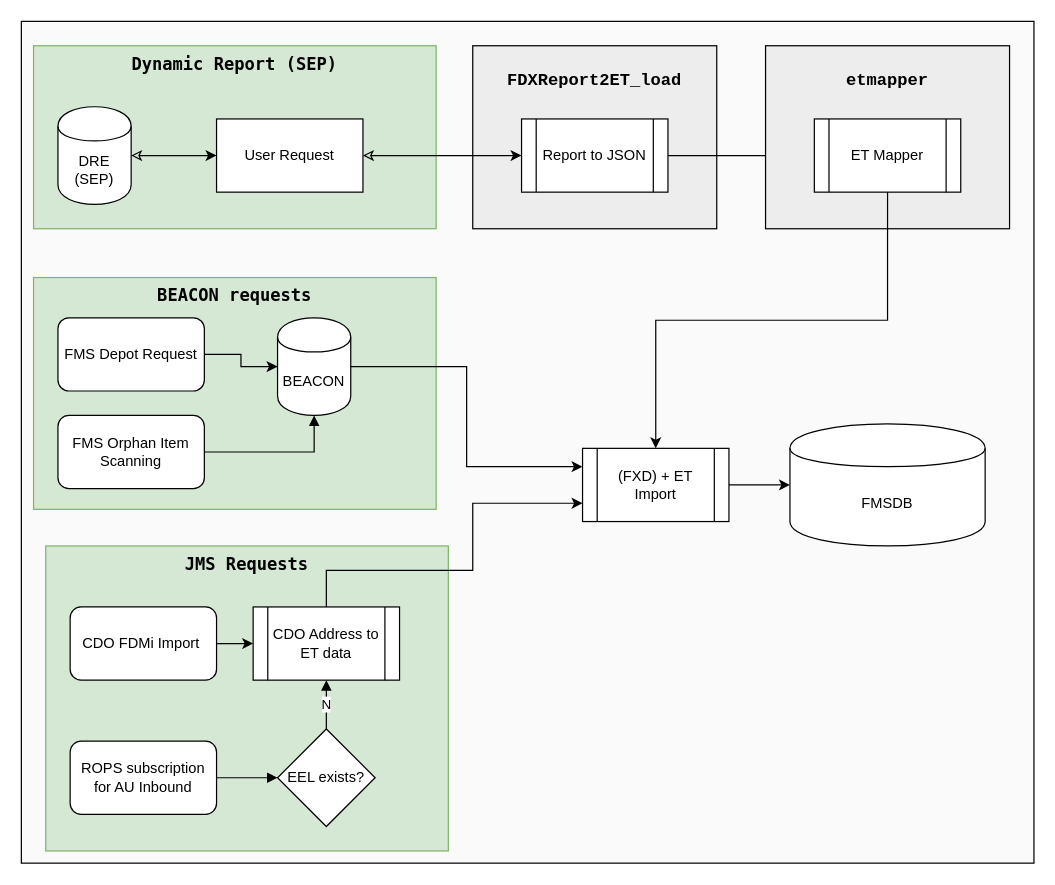
mattybee/WorkPrjs keeps this draw.io diagram as beaconfms.drawio. Above is the earlier version. Source tidied: cells renumbered, new cells numbered last; positions are measured from the earlier drawing's top-left corner, leaving out a move shared by most shapes. Both pictures are drawn from the tidied source at 122%, with x=0, y=0 at pixel (21, 21).
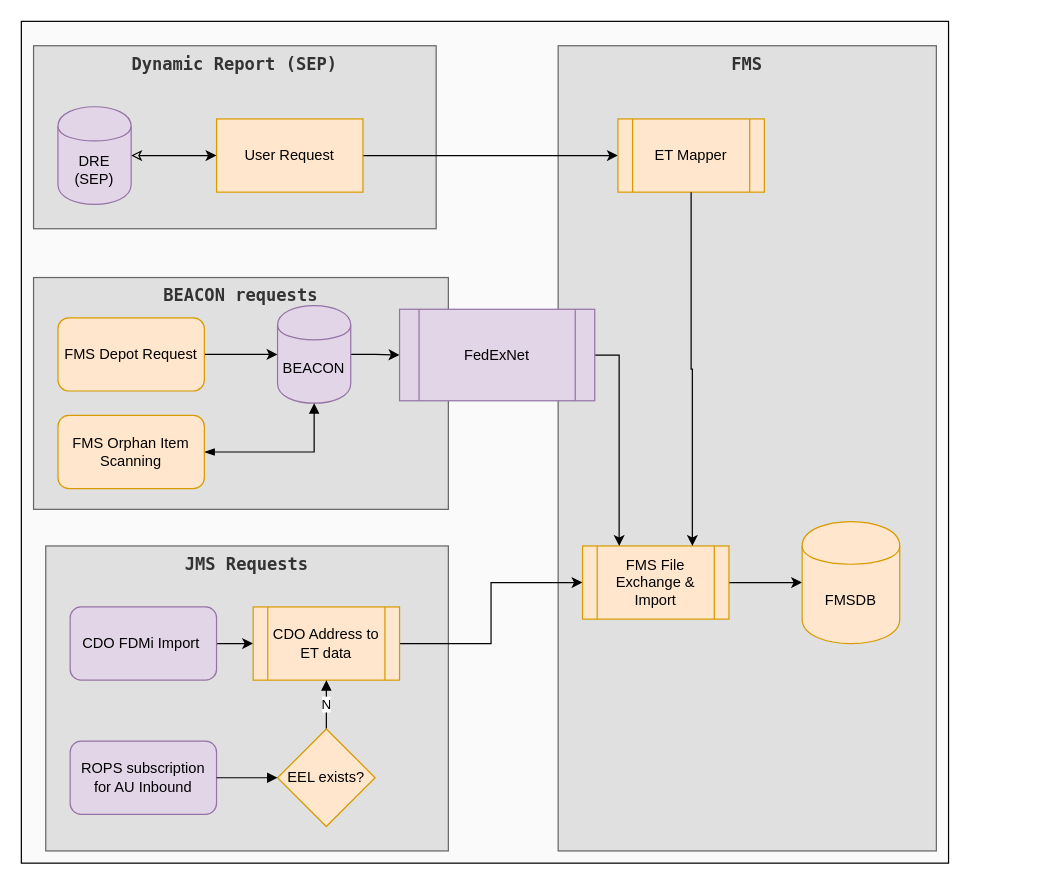
After the change.

Diff of the diagram source:
```diff
@@
     <mxCell id="2" style="rounded=0;whiteSpace=wrap;html=1;fontFamily=Lucida Console;fontSize=14;fillColor=#FAFAFA;" parent="1" vertex="1">
-      <mxGeometry width="830" height="690" as="geometry" />
+      <mxGeometry width="760" height="690" as="geometry" />
     </mxCell>
+    <mxCell id="33" value="FMS" style="rounded=0;whiteSpace=wrap;html=1;fontFamily=Lucida Console;fontSize=14;fontStyle=1;verticalAlign=top;strokeColor=#666666;fontColor=#333333;fillColor=#E0E0E0;" parent="1" vertex="1">
+      <mxGeometry x="440" y="20" width="310" height="660" as="geometry" />
+    </mxCell>
-    <mxCell id="3" value="JMS Requests" style="rounded=0;whiteSpace=wrap;html=1;fillColor=#d5e8d4;fontFamily=Lucida Console;fontSize=14;fontStyle=1;verticalAlign=top;strokeColor=#82b366;" parent="1" vertex="1">
+    <mxCell id="3" value="JMS Requests" style="rounded=0;whiteSpace=wrap;html=1;fontFamily=Lucida Console;fontSize=14;fontStyle=1;verticalAlign=top;strokeColor=#666666;fontColor=#333333;fillColor=#E0E0E0;" parent="1" vertex="1">
       <mxGeometry x="20" y="430" width="330" height="250" as="geometry" />
     </mxCell>
-    <mxCell id="4" value="BEACON requests" style="rounded=0;whiteSpace=wrap;html=1;fillColor=#d5e8d4;fontFamily=Lucida Console;fontSize=14;fontStyle=1;verticalAlign=top;strokeColor=#82b366;" parent="1" vertex="1">
-      <mxGeometry x="10" y="210" width="330" height="190" as="geometry" />
+    <mxCell id="4" value="BEACON requests" style="rounded=0;whiteSpace=wrap;html=1;fontFamily=Lucida Console;fontSize=14;fontStyle=1;verticalAlign=top;strokeColor=#666666;fontColor=#333333;fillColor=#E0E0E0;" parent="1" vertex="1">
+      <mxGeometry x="10" y="210" width="340" height="190" as="geometry" />
     </mxCell>
-    <mxCell id="5" value="Dynamic Report (SEP)" style="rounded=0;whiteSpace=wrap;html=1;fillColor=#d5e8d4;fontSize=14;fontFamily=Lucida Console;verticalAlign=top;fontStyle=1;strokeColor=#82b366;" parent="1" vertex="1">
+    <mxCell id="5" value="Dynamic Report (SEP)" style="rounded=0;whiteSpace=wrap;html=1;fontSize=14;fontFamily=Lucida Console;verticalAlign=top;fontStyle=1;strokeColor=#666666;fontColor=#333333;fillColor=#E0E0E0;" parent="1" vertex="1">
       <mxGeometry x="10" y="20" width="330" height="150" as="geometry" />
     </mxCell>
-    <mxCell id="6" value="&lt;pre style=&quot;font-size: 14px;&quot;&gt;FDXReport2ET_load&lt;/pre&gt;" style="rounded=0;whiteSpace=wrap;html=1;verticalAlign=top;fontStyle=1;fontSize=14;fillColor=#EDEDED;" parent="1" vertex="1">
-      <mxGeometry x="370" y="20" width="200" height="150" as="geometry" />
-    </mxCell>
-    <mxCell id="7" style="edgeStyle=orthogonalEdgeStyle;rounded=0;jettySize=auto;html=1;entryX=0;entryY=0.5;entryDx=0;entryDy=0;startArrow=classic;startFill=0;" parent="1" edge="1" source="8" target="14">
+    <mxCell id="7" style="edgeStyle=orthogonalEdgeStyle;rounded=0;jettySize=auto;html=1;entryX=0;entryY=0.5;entryDx=0;entryDy=0;startArrow=none;startFill=0;" parent="1" edge="1" source="8" target="25">
       <mxGeometry relative="1" as="geometry" />
     </mxCell>
-    <mxCell id="8" value="User Request" style="rounded=0;whiteSpace=wrap;html=1;" parent="1" vertex="1">
+    <mxCell id="8" value="User Request" style="rounded=0;whiteSpace=wrap;html=1;fillColor=#ffe6cc;strokeColor=#d79b00;" parent="1" vertex="1">
       <mxGeometry x="160" y="80" width="120" height="60" as="geometry" />
     </mxCell>
@@
-    <mxCell id="10" value="FMS Depot Request" style="rounded=1;whiteSpace=wrap;html=1;" parent="1" vertex="1">
+    <mxCell id="10" value="FMS Depot Request" style="rounded=1;whiteSpace=wrap;html=1;fillColor=#ffe6cc;strokeColor=#d79b00;" parent="1" vertex="1">
       <mxGeometry x="30" y="243" width="120" height="60" as="geometry" />
     </mxCell>
@@
-    <mxCell id="12" value="CDO FDMi Import&amp;nbsp;" style="rounded=1;whiteSpace=wrap;html=1;" parent="1" vertex="1">
+    <mxCell id="12" value="CDO FDMi Import&amp;nbsp;" style="rounded=1;whiteSpace=wrap;html=1;fillColor=#e1d5e7;strokeColor=#9673a6;" parent="1" vertex="1">
       <mxGeometry x="40" y="480" width="120" height="60" as="geometry" />
     </mxCell>
-    <mxCell id="13" style="edgeStyle=orthogonalEdgeStyle;rounded=0;jettySize=auto;html=1;exitX=1;exitY=0.5;exitDx=0;exitDy=0;entryX=0;entryY=0.5;entryDx=0;entryDy=0;startArrow=none;startFill=0;fontFamily=Lucida Console;fontSize=14;" parent="1" edge="1" source="14" target="25">
-      <mxGeometry relative="1" as="geometry" />
-    </mxCell>
-    <mxCell id="14" value="Report to JSON" style="shape=process;whiteSpace=wrap;html=1;backgroundOutline=1;" parent="1" vertex="1">
-      <mxGeometry x="410" y="80" width="120" height="60" as="geometry" />
-    </mxCell>
@@
-    <mxCell id="16" value="DRE (SEP)" style="shape=cylinder;whiteSpace=wrap;html=1;boundedLbl=1;backgroundOutline=1;" parent="1" vertex="1">
+    <mxCell id="16" value="DRE (SEP)" style="shape=cylinder;whiteSpace=wrap;html=1;boundedLbl=1;backgroundOutline=1;fillColor=#e1d5e7;strokeColor=#9673a6;" parent="1" vertex="1">
       <mxGeometry x="30" y="70" width="60" height="80" as="geometry" />
     </mxCell>
@@
-    <mxCell id="18" style="edgeStyle=orthogonalEdgeStyle;rounded=0;jettySize=auto;html=1;exitX=1;exitY=0.5;exitDx=0;exitDy=0;entryX=0;entryY=0.25;entryDx=0;entryDy=0;startArrow=none;startFill=0;fontFamily=Lucida Console;fontSize=14;" parent="1" edge="1" source="19" target="23">
-      <mxGeometry relative="1" as="geometry" />
-    </mxCell>
+    <mxCell id="34" style="edgeStyle=orthogonalEdgeStyle;rounded=0;jettySize=auto;html=1;exitX=1;exitY=0.5;exitDx=0;exitDy=0;entryX=0;entryY=0.5;entryDx=0;entryDy=0;" parent="1" edge="1" source="19" target="36">
+      <mxGeometry relative="1" as="geometry" />
+    </mxCell>
-    <mxCell id="19" value="BEACON" style="shape=cylinder;whiteSpace=wrap;html=1;boundedLbl=1;backgroundOutline=1;" parent="1" vertex="1">
-      <mxGeometry x="210" y="243" width="60" height="80" as="geometry" />
+    <mxCell id="19" value="BEACON" style="shape=cylinder;whiteSpace=wrap;html=1;boundedLbl=1;backgroundOutline=1;fillColor=#e1d5e7;strokeColor=#9673a6;" parent="1" vertex="1">
+      <mxGeometry x="210" y="233" width="60" height="80" as="geometry" />
     </mxCell>
-    <mxCell id="20" value="FMSDB" style="shape=cylinder;whiteSpace=wrap;html=1;boundedLbl=1;backgroundOutline=1;" parent="1" vertex="1">
-      <mxGeometry x="630" y="330" width="160" height="100" as="geometry" />
+    <mxCell id="20" value="FMSDB" style="shape=cylinder;whiteSpace=wrap;html=1;boundedLbl=1;backgroundOutline=1;fillColor=#ffe6cc;strokeColor=#d79b00;" parent="1" vertex="1">
+      <mxGeometry x="640" y="410" width="80" height="100" as="geometry" />
     </mxCell>
-    <mxCell id="21" style="edgeStyle=orthogonalEdgeStyle;rounded=0;jettySize=auto;html=1;entryX=0;entryY=0.75;entryDx=0;entryDy=0;" parent="1" edge="1" source="22" target="23">
-      <mxGeometry relative="1" as="geometry">
-        <Array as="points">
-          <mxPoint x="370" y="450" />
-          <mxPoint x="370" y="395" />
-        </Array>
-      </mxGeometry>
+    <mxCell id="21" style="edgeStyle=orthogonalEdgeStyle;rounded=0;jettySize=auto;html=1;entryX=0;entryY=0.5;entryDx=0;entryDy=0;" parent="1" edge="1" source="22" target="23">
+      <mxGeometry relative="1" as="geometry" />
     </mxCell>
-    <mxCell id="22" value="CDO Address to ET data" style="shape=process;whiteSpace=wrap;html=1;backgroundOutline=1;" parent="1" vertex="1">
+    <mxCell id="22" value="CDO Address to ET data" style="shape=process;whiteSpace=wrap;html=1;backgroundOutline=1;fillColor=#ffe6cc;strokeColor=#d79b00;" parent="1" vertex="1">
       <mxGeometry x="190" y="480" width="120" height="60" as="geometry" />
     </mxCell>
-    <mxCell id="23" value="(FXD) + ET Import" style="shape=process;whiteSpace=wrap;html=1;backgroundOutline=1;" parent="1" vertex="1">
-      <mxGeometry x="460" y="350" width="120" height="60" as="geometry" />
+    <mxCell id="23" value="FMS File Exchange &amp;amp; Import" style="shape=process;whiteSpace=wrap;html=1;backgroundOutline=1;fillColor=#ffe6cc;strokeColor=#d79b00;" parent="1" vertex="1">
+      <mxGeometry x="460" y="430" width="120" height="60" as="geometry" />
     </mxCell>
-    <mxCell id="24" value="&lt;pre style=&quot;font-size: 14px&quot;&gt;etmapper&lt;/pre&gt;" style="rounded=0;whiteSpace=wrap;html=1;verticalAlign=top;fontStyle=1;fontSize=14;fillColor=#EDEDED;" parent="1" vertex="1">
-      <mxGeometry x="610" y="20" width="200" height="150" as="geometry" />
-    </mxCell>
-    <mxCell id="25" value="ET Mapper" style="shape=process;whiteSpace=wrap;html=1;backgroundOutline=1;" parent="1" vertex="1">
-      <mxGeometry x="650" y="80" width="120" height="60" as="geometry" />
+    <mxCell id="25" value="ET Mapper" style="shape=process;whiteSpace=wrap;html=1;backgroundOutline=1;fillColor=#ffe6cc;strokeColor=#d79b00;" parent="1" vertex="1">
+      <mxGeometry x="489" y="80" width="120" height="60" as="geometry" />
     </mxCell>
-    <mxCell id="26" style="edgeStyle=orthogonalEdgeStyle;rounded=0;jettySize=auto;html=1;entryX=0.5;entryY=0;entryDx=0;entryDy=0;startArrow=none;startFill=0;fontFamily=Lucida Console;fontSize=14;exitX=0.5;exitY=1;exitDx=0;exitDy=0;" parent="1" edge="1" source="25" target="23">
+    <mxCell id="26" style="edgeStyle=orthogonalEdgeStyle;rounded=0;jettySize=auto;html=1;entryX=0.75;entryY=0;entryDx=0;entryDy=0;startArrow=none;startFill=0;fontFamily=Lucida Console;fontSize=14;exitX=0.5;exitY=1;exitDx=0;exitDy=0;" parent="1" edge="1" source="25" target="23">
       <mxGeometry relative="1" as="geometry" />
     </mxCell>
@@
-    <mxCell id="28" value="ROPS subscription for AU Inbound" style="rounded=1;whiteSpace=wrap;html=1;" parent="1" vertex="1">
+    <mxCell id="28" value="ROPS subscription for AU Inbound" style="rounded=1;whiteSpace=wrap;html=1;fillColor=#e1d5e7;strokeColor=#9673a6;" parent="1" vertex="1">
       <mxGeometry x="40" y="590" width="120" height="60" as="geometry" />
     </mxCell>
-    <mxCell id="29" style="edgeStyle=orthogonalEdgeStyle;rounded=0;jettySize=auto;html=1;entryX=0.5;entryY=1;entryDx=0;entryDy=0;startArrow=none;startFill=0;endArrow=block;endFill=1;" parent="1" edge="1" source="30" target="19">
+    <mxCell id="29" style="edgeStyle=orthogonalEdgeStyle;rounded=0;jettySize=auto;html=1;entryX=0.5;entryY=1;entryDx=0;entryDy=0;startArrow=blockThin;startFill=1;endArrow=block;endFill=1;" parent="1" edge="1" source="30" target="19">
       <mxGeometry relative="1" as="geometry" />
     </mxCell>
-    <mxCell id="30" value="FMS Orphan Item Scanning" style="rounded=1;whiteSpace=wrap;html=1;" parent="1" vertex="1">
+    <mxCell id="30" value="FMS Orphan Item Scanning" style="rounded=1;whiteSpace=wrap;html=1;fillColor=#ffe6cc;strokeColor=#d79b00;" parent="1" vertex="1">
       <mxGeometry x="30" y="323" width="120" height="60" as="geometry" />
     </mxCell>
-    <mxCell id="31" value="EEL exists?" style="rhombus;whiteSpace=wrap;html=1;" parent="1" vertex="1">
+    <mxCell id="31" value="EEL exists?" style="rhombus;whiteSpace=wrap;html=1;fillColor=#ffe6cc;strokeColor=#d79b00;" parent="1" vertex="1">
       <mxGeometry x="210" y="580" width="80" height="80" as="geometry" />
     </mxCell>
@@
+    <mxCell id="35" style="edgeStyle=orthogonalEdgeStyle;rounded=0;jettySize=auto;html=1;exitX=1;exitY=0.5;exitDx=0;exitDy=0;entryX=0.25;entryY=0;entryDx=0;entryDy=0;" parent="1" edge="1" source="36" target="23">
+      <mxGeometry relative="1" as="geometry" />
+    </mxCell>
+    <mxCell id="36" value="FedExNet" style="shape=process;whiteSpace=wrap;html=1;backgroundOutline=1;fillColor=#e1d5e7;strokeColor=#9673a6;" parent="1" vertex="1">
+      <mxGeometry x="310" y="236" width="160" height="75" as="geometry" />
+    </mxCell>
```
